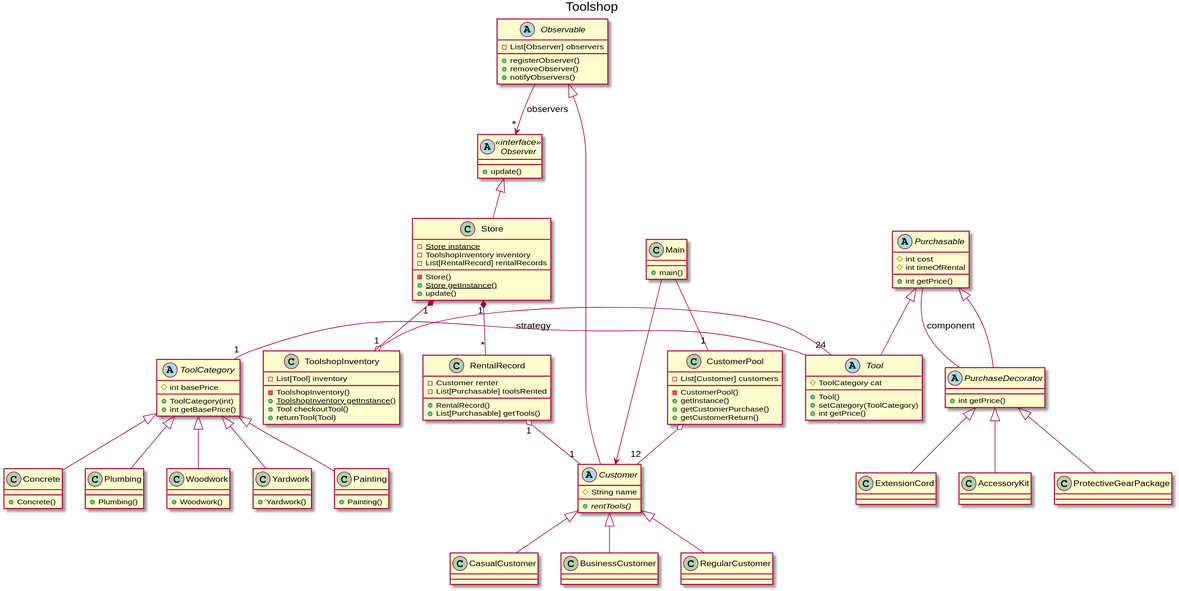
Earlier version of the PlantUML export class_diagram.svg (1s0m0rph/OOAD_project3). Source of this version:
```plantuml
@startuml
title Toolshop


class ToolshopInventory
{
    -List[Tool] inventory
    -ToolshopInventory()
    +{static} ToolshopInventory getInstance()
    +Tool checkoutTool()
    +returnTool(Tool)
}
Tool "24" -right-o ToolshopInventory

class RentalRecord
{
    -Customer renter
    -List[Purchasable] toolsRented
    +RentalRecord()
    +List[Purchasable] getTools()
}

Store "1" *-- "*" RentalRecord
RentalRecord "1" o-- "1" Customer

class Store
{
    -{static} Store instance
    -Store()
    -ToolshopInventory inventory
    -List[RentalRecord] rentalRecords
    +{static} Store getInstance()
    + update()
}

Store "1" *-- "1" ToolshopInventory



abstract class Tool
{
    #ToolCategory cat
    +Tool()
    +setCategory(ToolCategory)
    +int getPrice()
}

abstract class ToolCategory
{
    #int basePrice
    +ToolCategory(int)
    +int getBasePrice()
}

Tool -right- "1" ToolCategory: strategy

class Painting
{
    +Painting()
}
class Concrete
{
    +Concrete()
}
class Plumbing
{
    +Plumbing()
}
class Woodwork
{
    +Woodwork()
}
class Yardwork
{
    +Yardwork()
}

ToolCategory <|-down- Painting
ToolCategory <|-down- Concrete
ToolCategory <|-down- Plumbing
ToolCategory <|-down- Woodwork
ToolCategory <|-down- Yardwork

abstract class Purchasable
{
    #int cost
    #int timeOfRental
    +int getPrice()
}

Purchasable <|-down- Tool

abstract class PurchaseDecorator
{
    +int getPrice()
}

Purchasable <|-down- PurchaseDecorator

class ExtensionCord
class AccessoryKit
class ProtectiveGearPackage

PurchaseDecorator <|-down- ExtensionCord
PurchaseDecorator <|-down- AccessoryKit
PurchaseDecorator <|-down- ProtectiveGearPackage

PurchaseDecorator -- Purchasable: component

abstract class Customer
{
    #String name
    +{abstract} rentTools()
}
class CasualCustomer
class BusinessCustomer
class RegularCustomer

Customer <|-down- CasualCustomer
Customer <|-down- BusinessCustomer
Customer <|-down- RegularCustomer

abstract class Observable
{
    + registerObserver()
    + removeObserver()
    + notifyObservers()
    - List[Observer] observers
}

Observable <|-down- Customer

abstract class Observer <<interface>>
{
    + update()
}

Observer <|-down- Store

Observable --> "*" Observer: observers

class CustomerPool
{
    - CustomerPool()
    + getInstance()

    - List[Customer] customers
    + getCustomerPurchase()
    + getCustomerReturn()
}

class Main
{
    + main()
}

CustomerPool o-- "12" Customer
Main -- "1" CustomerPool
Main --> Customer
@enduml
```
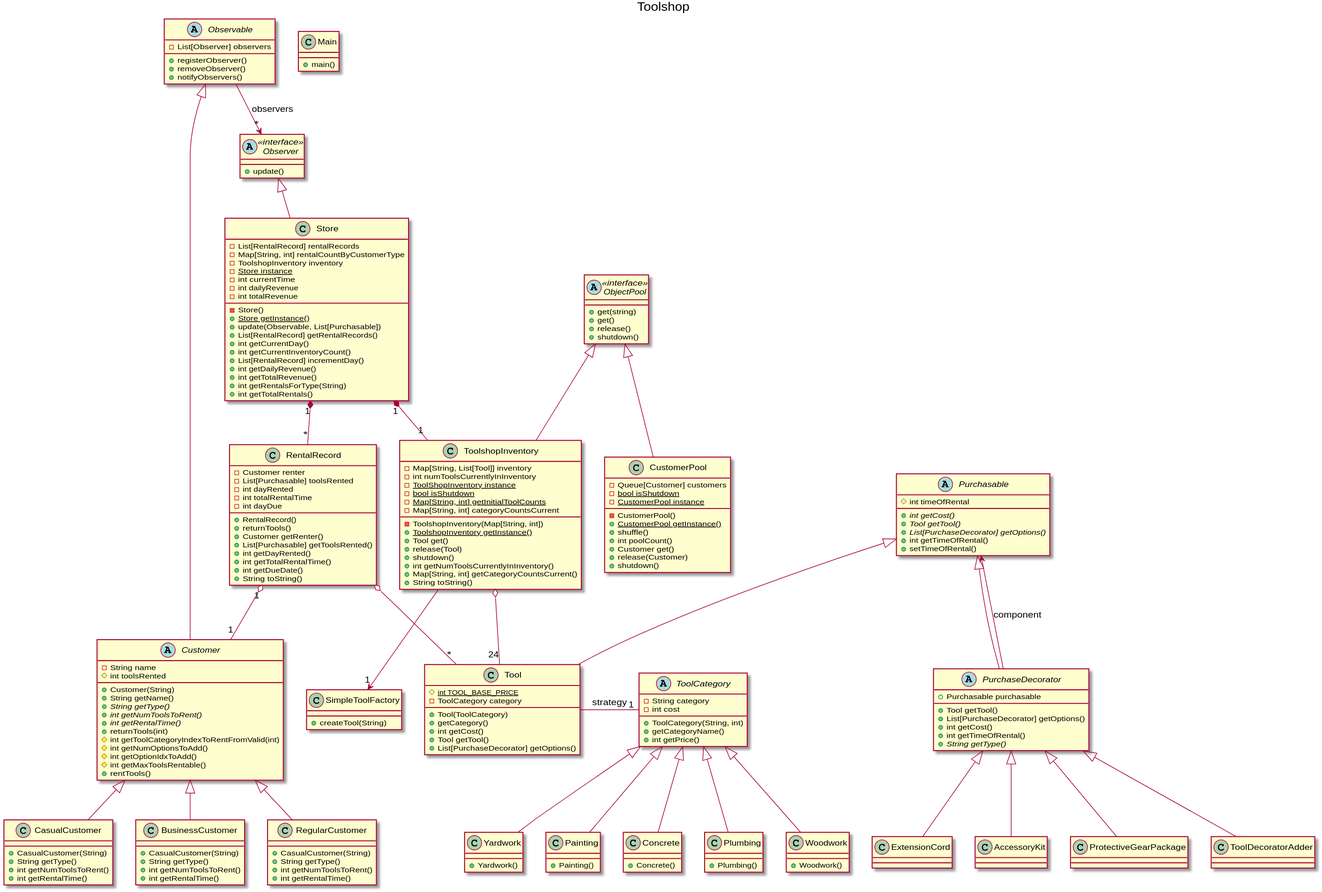
Above is the later version.

Change to the diagram source:
```diff
@@ -1,55 +1,101 @@
 @startuml
 title Toolshop
 
+abstract class ObjectPool <<interface>>
+{
+    + get(string)
+    + get()
+    + release()
+    + shutdown()
+}
 
 class ToolshopInventory
 {
-    -List[Tool] inventory
-    -ToolshopInventory()
+    -Map[String, List[Tool]] inventory
+    -int numToolsCurrentlyInInventory
+    -{static}ToolShopInventory instance
+    -{static}bool isShutdown
+    -{static}Map[String, int] getInitialToolCounts
+    -Map[String, int] categoryCountsCurrent
+    -ToolshopInventory(Map[String, int])
     +{static} ToolshopInventory getInstance()
-    +Tool checkoutTool()
-    +returnTool(Tool)
+    +Tool get()
+    +release(Tool)
+    +shutdown()
+    +int getNumToolsCurrentlyInInventory()
+    +Map[String, int] getCategoryCountsCurrent()
+    +String toString()
 }
 Tool "24" -right-o ToolshopInventory
+
+ObjectPool <|-down- ToolshopInventory
+ObjectPool <|-down- CustomerPool
 
 class RentalRecord
 {
     -Customer renter
     -List[Purchasable] toolsRented
+    -int dayRented
+    -int totalRentalTime
+    -int dayDue
     +RentalRecord()
-    +List[Purchasable] getTools()
+    +returnTools()
+    +Customer getRenter()
+    +List[Purchasable] getToolsRented()
+    +int getDayRented()
+    +int getTotalRentalTime()
+    +int getDueDate()
+    +String toString()
 }
 
 Store "1" *-- "*" RentalRecord
 RentalRecord "1" o-- "1" Customer
+RentalRecord o-- "*" Tool
 
 class Store
 {
+    -List[RentalRecord] rentalRecords
+    -Map[String, int] rentalCountByCustomerType
+    -ToolshopInventory inventory
     -{static} Store instance
+    -int currentTime
+    -int dailyRevenue
+    -int totalRevenue
     -Store()
-    -ToolshopInventory inventory
-    -List[RentalRecord] rentalRecords
     +{static} Store getInstance()
-    + update()
+    + update(Observable, List[Purchasable])
+    +List[RentalRecord] getRentalRecords()
+    +int getCurrentDay()
+    +int getCurrentInventoryCount()
+    +List[RentalRecord] incrementDay()
+    +int getDailyRevenue()
+    +int getTotalRevenue()
+    +int getRentalsForType(String)
+    +int getTotalRentals()
 }
 
 Store "1" *-- "1" ToolshopInventory
 
 
 
-abstract class Tool
+class Tool
 {
-    #ToolCategory cat
-    +Tool()
-    +setCategory(ToolCategory)
-    +int getPrice()
+    #{static}int TOOL_BASE_PRICE
+    -ToolCategory category
+    +Tool(ToolCategory)
+    +getCategory()
+    +int getCost()
+    +Tool getTool()
+    +List[PurchaseDecorator] getOptions()
 }
 
 abstract class ToolCategory
 {
-    #int basePrice
-    +ToolCategory(int)
-    +int getBasePrice()
+    -String category
+    -int cost
+    +ToolCategory(String, int)
+    +getCategoryName()
+    +int getPrice()
 }
 
 Tool -right- "1" ToolCategory: strategy
@@ -83,16 +129,24 @@
 
 abstract class Purchasable
 {
-    #int cost
     #int timeOfRental
-    +int getPrice()
+    +{abstract} int getCost()
+    +{abstract} Tool getTool()
+    +{abstract} List[PurchaseDecorator] getOptions()
+    +int getTimeOfRental()
+    +setTimeOfRental()
 }
 
 Purchasable <|-down- Tool
 
 abstract class PurchaseDecorator
 {
-    +int getPrice()
+    +Purchasable purchasable
+    +Tool getTool()
+    +List[PurchaseDecorator] getOptions()
+    +int getCost()
+    +int getTimeOfRental()
+    +{abstract} String getType()
 }
 
 Purchasable <|-down- PurchaseDecorator
@@ -104,17 +158,48 @@
 PurchaseDecorator <|-down- ExtensionCord
 PurchaseDecorator <|-down- AccessoryKit
 PurchaseDecorator <|-down- ProtectiveGearPackage
+PurchaseDecorator <|-down- ToolDecoratorAdder
 
-PurchaseDecorator -- Purchasable: component
+
+PurchaseDecorator --> Purchasable: component
 
 abstract class Customer
 {
-    #String name
-    +{abstract} rentTools()
+    -String name
+    #int toolsRented
+    +Customer(String)
+    +String getName()
+    +{abstract}String getType()
+    +{abstract}int getNumToolsToRent()
+    +{abstract}int getRentalTime()
+    +returnTools(int)
+    #int getToolCategoryIndexToRentFromValid(int)
+    #int getNumOptionsToAdd()
+    #int getOptionIdxToAdd()
+    #int getMaxToolsRentable()
+    +rentTools()
 }
 class CasualCustomer
+{
+    +CasualCustomer(String)
+    +String getType()
+    +int getNumToolsToRent()
+    +int getRentalTime()
+}
 class BusinessCustomer
+{
+    +CasualCustomer(String)
+    +String getType()
+    +int getNumToolsToRent()
+    +int getRentalTime()
+}
 class RegularCustomer
+{
+    +CasualCustomer(String)
+    +String getType()
+    +int getNumToolsToRent()
+    +int getRentalTime()
+}
 
 Customer <|-down- CasualCustomer
 Customer <|-down- BusinessCustomer
@@ -141,12 +226,16 @@
 
 class CustomerPool
 {
-    - CustomerPool()
-    + getInstance()
-
-    - List[Customer] customers
-    + getCustomerPurchase()
-    + getCustomerReturn()
+    -Queue[Customer] customers
+    -{static}bool isShutdown
+    -{static}CustomerPool instance
+    -CustomerPool()
+    +{static}CustomerPool getInstance()
+    +shuffle()
+    +int poolCount()
+    +Customer get()
+    +release(Customer)
+    +shutdown()
 }
 
 class Main
@@ -154,7 +243,10 @@
     + main()
 }
 
-CustomerPool o-- "12" Customer
-Main -- "1" CustomerPool
-Main --> Customer
+class SimpleToolFactory
+{
+    + createTool(String)
+}
+
+ToolshopInventory --> "1" SimpleToolFactory
 @enduml
```
